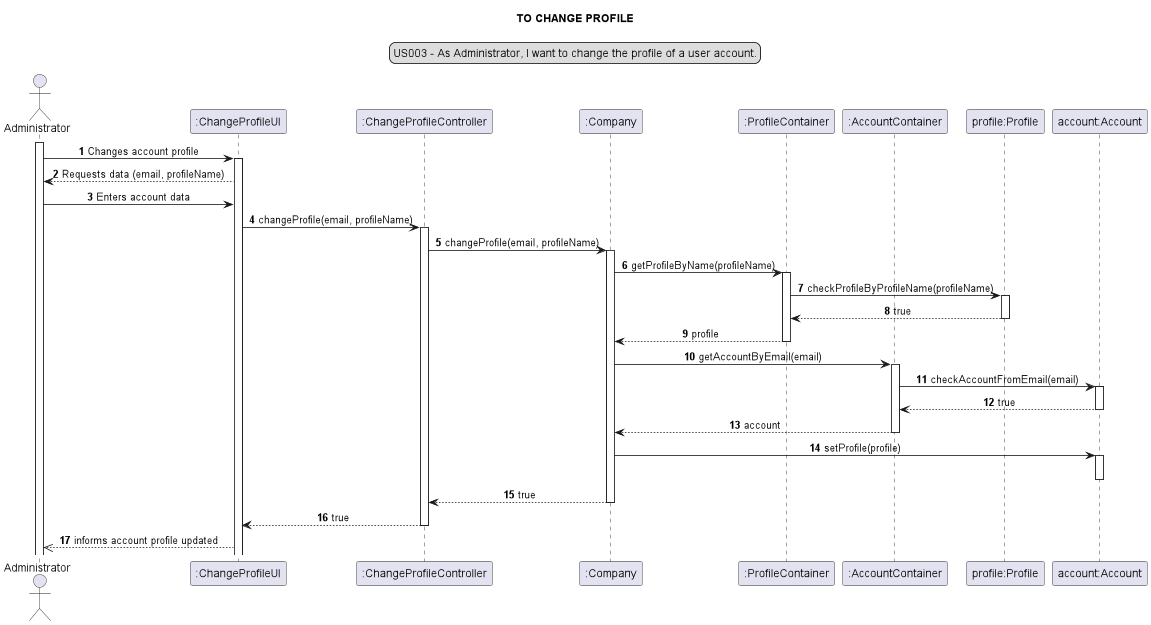
The PlantUML diagram docs/modelling_design/user_stories/sprint01/us003/US003_sequenceDiagram-TO_CHANGE_PROFILE.png in Loracline/project_switch_22-23, before a commit.
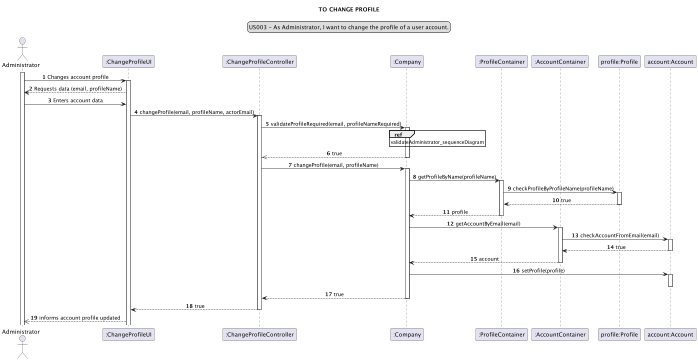
After the commit.

Diff of the diagram source:
```diff
@@ -5,8 +5,8 @@
 participant ":ChangeProfileUI" as ui
 participant ":ChangeProfileController" as controller
 participant ":Company" as company
-participant ":ProfileContainer" as pcontainer
-participant ":AccountContainer" as acontainer
+participant ":ProfileContainer" as profileContainer
+participant ":AccountContainer" as accountContainer
 participant "profile:Profile" as pf
 participant "account:Account" as account
 
@@ -23,26 +23,31 @@
 activate ui
 Administrator <-- ui:  Requests data (email, profileName)
 Administrator -> ui:  Enters account data
-ui -> controller: changeProfile(email, profileName)
+ui -> controller: changeProfile(email, profileName, actorEmail)
 activate controller
+controller -> company: validateProfileRequired(email, profileNameRequired)
+activate company
+ref over company: validateAdministrator_sequenceDiagram
+company -->> controller: true
+deactivate company
 controller -> company: changeProfile(email, profileName)
 activate company
-company -> pcontainer: getProfileByName(profileName)
-activate pcontainer
-pcontainer -> pf: checkProfileByProfileName(profileName)
+company -> profileContainer: getProfileByName(profileName)
+activate profileContainer
+profileContainer -> pf: checkProfileByProfileName(profileName)
 activate pf
-pf --> pcontainer : true
+pf --> profileContainer : true
 deactivate pf
-company <-- pcontainer: profile
-deactivate pcontainer
-company -> acontainer: getAccountByEmail(email)
-activate acontainer
-acontainer -> account: checkAccountFromEmail(email)
+company <-- profileContainer: profile
+deactivate profileContainer
+company -> accountContainer: getAccountByEmail(email)
+activate accountContainer
+accountContainer -> account: checkAccountFromEmail(email)
 activate account
-account --> acontainer: true
+account --> accountContainer: true
 deactivate account
-company <-- acontainer: account
-deactivate acontainer
+company <-- accountContainer: account
+deactivate accountContainer
 company -> account: setProfile(profile)
 activate account
 deactivate account
```
